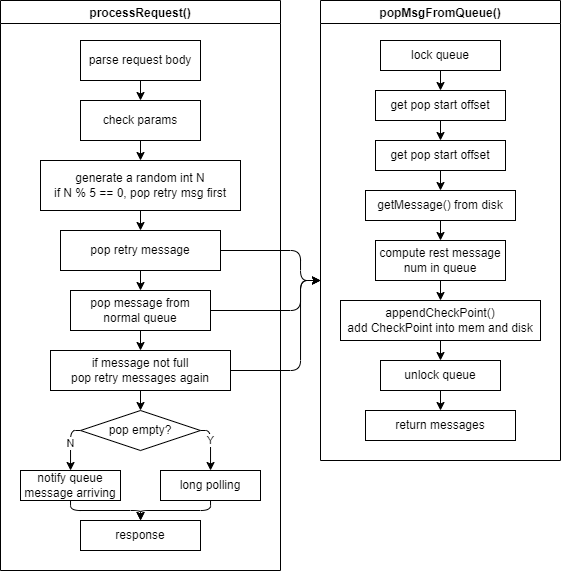
Above: assets/rocketmq-consume-message/broker-pop-message-process.drawio.png in HScarb/knowledge (draw.io), before the change. Source tidied: cells renumbered, new cells last; positions are measured from the earlier drawing's top-left corner, leaving out a move shared by most shapes.
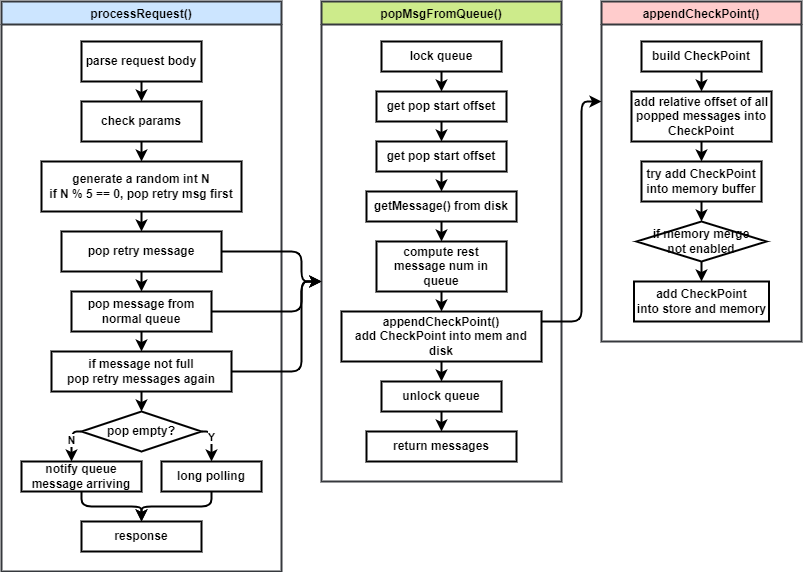
After the commit.

What changed in the source:
```diff
@@ -2,132 +2,132 @@
   <root>
     <mxCell id="0" />
     <mxCell id="1" parent="0" />
-    <mxCell id="2" value="processRequest()" style="swimlane;" parent="1" vertex="1">
+    <mxCell id="2" value="processRequest()" style="swimlane;fontStyle=1;strokeWidth=2;fillColor=#cce5ff;strokeColor=#36393d;" parent="1" vertex="1">
       <mxGeometry width="280" height="570" as="geometry" />
     </mxCell>
-    <mxCell id="3" style="edgeStyle=none;html=1;" parent="2" edge="1" source="4" target="6">
+    <mxCell id="3" style="edgeStyle=none;html=1;fontStyle=1;strokeWidth=2;" parent="2" edge="1" source="4" target="6">
       <mxGeometry relative="1" as="geometry" />
     </mxCell>
-    <mxCell id="4" value="parse request body" style="rounded=0;whiteSpace=wrap;html=1;" parent="2" vertex="1">
+    <mxCell id="4" value="parse request body" style="rounded=0;whiteSpace=wrap;html=1;fontStyle=1;strokeWidth=2;" parent="2" vertex="1">
       <mxGeometry x="80" y="40" width="120" height="40" as="geometry" />
     </mxCell>
-    <mxCell id="5" style="edgeStyle=none;html=1;" parent="2" edge="1" source="6" target="8">
+    <mxCell id="5" style="edgeStyle=none;html=1;fontStyle=1;strokeWidth=2;" parent="2" edge="1" source="6" target="8">
       <mxGeometry relative="1" as="geometry" />
     </mxCell>
-    <mxCell id="6" value="check params" style="rounded=0;whiteSpace=wrap;html=1;" parent="2" vertex="1">
+    <mxCell id="6" value="check params" style="rounded=0;whiteSpace=wrap;html=1;fontStyle=1;strokeWidth=2;" parent="2" vertex="1">
       <mxGeometry x="80" y="100" width="120" height="40" as="geometry" />
     </mxCell>
-    <mxCell id="7" style="edgeStyle=none;html=1;" parent="2" edge="1" source="8" target="10">
+    <mxCell id="7" style="edgeStyle=none;html=1;fontStyle=1;strokeWidth=2;" parent="2" edge="1" source="8" target="10">
       <mxGeometry relative="1" as="geometry" />
     </mxCell>
-    <mxCell id="8" value="generate a random int N&lt;br&gt;if N % 5 == 0, pop retry msg first" style="rounded=0;whiteSpace=wrap;html=1;" parent="2" vertex="1">
+    <mxCell id="8" value="generate a random int N&lt;br&gt;if N % 5 == 0, pop retry msg first" style="rounded=0;whiteSpace=wrap;html=1;fontStyle=1;strokeWidth=2;" parent="2" vertex="1">
       <mxGeometry x="40" y="160" width="200" height="50" as="geometry" />
     </mxCell>
-    <mxCell id="9" style="edgeStyle=none;html=1;" parent="2" edge="1" source="10" target="12">
+    <mxCell id="9" style="edgeStyle=none;html=1;fontStyle=1;strokeWidth=2;" parent="2" edge="1" source="10" target="12">
       <mxGeometry relative="1" as="geometry" />
     </mxCell>
-    <mxCell id="10" value="pop retry message" style="rounded=0;whiteSpace=wrap;html=1;" parent="2" vertex="1">
+    <mxCell id="10" value="pop retry message" style="rounded=0;whiteSpace=wrap;html=1;fontStyle=1;strokeWidth=2;" parent="2" vertex="1">
       <mxGeometry x="60" y="230" width="160" height="40" as="geometry" />
     </mxCell>
-    <mxCell id="11" style="edgeStyle=none;html=1;" parent="2" edge="1" source="12" target="14">
+    <mxCell id="11" style="edgeStyle=none;html=1;fontStyle=1;strokeWidth=2;" parent="2" edge="1" source="12" target="14">
       <mxGeometry relative="1" as="geometry" />
     </mxCell>
-    <mxCell id="12" value="pop message from&lt;br&gt;normal queue" style="rounded=0;whiteSpace=wrap;html=1;" parent="2" vertex="1">
+    <mxCell id="12" value="pop message from&lt;br&gt;normal queue" style="rounded=0;whiteSpace=wrap;html=1;fontStyle=1;strokeWidth=2;" parent="2" vertex="1">
       <mxGeometry x="70" y="290" width="140" height="40" as="geometry" />
     </mxCell>
-    <mxCell id="13" style="edgeStyle=none;html=1;" parent="2" edge="1" source="14" target="19">
+    <mxCell id="13" style="edgeStyle=none;html=1;fontStyle=1;strokeWidth=2;" parent="2" edge="1" source="14" target="19">
       <mxGeometry relative="1" as="geometry" />
     </mxCell>
-    <mxCell id="14" value="if message not full&lt;br&gt;pop retry messages again" style="rounded=0;whiteSpace=wrap;html=1;" parent="2" vertex="1">
+    <mxCell id="14" value="if message not full&lt;br&gt;pop retry messages again" style="rounded=0;whiteSpace=wrap;html=1;fontStyle=1;strokeWidth=2;" parent="2" vertex="1">
       <mxGeometry x="50" y="350" width="180" height="40" as="geometry" />
     </mxCell>
-    <mxCell id="15" style="edgeStyle=orthogonalEdgeStyle;html=1;" parent="2" edge="1" source="19" target="21">
+    <mxCell id="15" style="edgeStyle=orthogonalEdgeStyle;html=1;fontStyle=1;strokeWidth=2;" parent="2" edge="1" source="19" target="21">
       <mxGeometry relative="1" as="geometry">
         <Array as="points">
           <mxPoint x="210" y="430" />
         </Array>
       </mxGeometry>
     </mxCell>
-    <mxCell id="16" value="Y" style="edgeLabel;html=1;align=center;verticalAlign=middle;" parent="15" vertex="1">
+    <mxCell id="16" value="Y" style="edgeLabel;html=1;align=center;verticalAlign=middle;fontStyle=1;" parent="15" vertex="1">
       <mxGeometry x="-0.22" relative="1" as="geometry" />
     </mxCell>
-    <mxCell id="17" style="edgeStyle=orthogonalEdgeStyle;html=1;" parent="2" edge="1" source="19" target="23">
+    <mxCell id="17" style="edgeStyle=orthogonalEdgeStyle;html=1;fontStyle=1;strokeWidth=2;" parent="2" edge="1" source="19" target="23">
       <mxGeometry relative="1" as="geometry">
         <Array as="points">
           <mxPoint x="70" y="430" />
         </Array>
       </mxGeometry>
     </mxCell>
-    <mxCell id="18" value="N" style="edgeLabel;html=1;align=center;verticalAlign=middle;" parent="17" vertex="1">
+    <mxCell id="18" value="N" style="edgeLabel;html=1;align=center;verticalAlign=middle;fontStyle=1;" parent="17" vertex="1">
       <mxGeometry x="-0.09" relative="1" as="geometry" />
     </mxCell>
-    <mxCell id="19" value="pop empty?" style="rhombus;whiteSpace=wrap;html=1;" parent="2" vertex="1">
+    <mxCell id="19" value="pop empty?" style="rhombus;whiteSpace=wrap;html=1;fontStyle=1;strokeWidth=2;" parent="2" vertex="1">
       <mxGeometry x="80" y="410" width="120" height="40" as="geometry" />
     </mxCell>
-    <mxCell id="20" style="edgeStyle=orthogonalEdgeStyle;html=1;" parent="2" edge="1" source="21" target="24">
+    <mxCell id="20" style="edgeStyle=orthogonalEdgeStyle;html=1;fontStyle=1;strokeWidth=2;" parent="2" edge="1" source="21" target="24">
       <mxGeometry relative="1" as="geometry" />
     </mxCell>
-    <mxCell id="21" value="long polling" style="rounded=0;whiteSpace=wrap;html=1;" parent="2" vertex="1">
-      <mxGeometry x="160" y="470" width="100" height="30" as="geometry" />
+    <mxCell id="21" value="long polling" style="rounded=0;whiteSpace=wrap;html=1;fontStyle=1;strokeWidth=2;" parent="2" vertex="1">
+      <mxGeometry x="160" y="460" width="100" height="30" as="geometry" />
     </mxCell>
-    <mxCell id="22" style="edgeStyle=orthogonalEdgeStyle;html=1;" parent="2" edge="1" source="23" target="24">
+    <mxCell id="22" style="edgeStyle=orthogonalEdgeStyle;html=1;fontStyle=1;strokeWidth=2;" parent="2" edge="1" source="23" target="24">
       <mxGeometry relative="1" as="geometry" />
     </mxCell>
-    <mxCell id="23" value="notify queue message arriving" style="rounded=0;whiteSpace=wrap;html=1;" parent="2" vertex="1">
-      <mxGeometry x="20" y="470" width="100" height="30" as="geometry" />
+    <mxCell id="23" value="notify queue message arriving" style="rounded=0;whiteSpace=wrap;html=1;fontStyle=1;strokeWidth=2;" parent="2" vertex="1">
+      <mxGeometry x="20" y="460" width="120" height="30" as="geometry" />
     </mxCell>
-    <mxCell id="24" value="response" style="rounded=0;whiteSpace=wrap;html=1;" parent="2" vertex="1">
+    <mxCell id="24" value="response" style="rounded=0;whiteSpace=wrap;html=1;fontStyle=1;strokeWidth=2;" parent="2" vertex="1">
       <mxGeometry x="80" y="520" width="120" height="30" as="geometry" />
     </mxCell>
-    <mxCell id="25" value="popMsgFromQueue()" style="swimlane;" parent="1" vertex="1">
-      <mxGeometry x="320" width="240" height="460" as="geometry" />
+    <mxCell id="25" value="popMsgFromQueue()" style="swimlane;fontStyle=1;strokeWidth=2;fillColor=#cdeb8b;strokeColor=#36393d;" parent="1" vertex="1">
+      <mxGeometry x="320" width="240" height="480" as="geometry" />
     </mxCell>
-    <mxCell id="26" style="edgeStyle=none;html=1;" parent="25" edge="1" source="27" target="29">
+    <mxCell id="26" style="edgeStyle=none;html=1;fontStyle=1;strokeWidth=2;" parent="25" edge="1" source="27" target="29">
       <mxGeometry relative="1" as="geometry" />
     </mxCell>
-    <mxCell id="27" value="lock queue" style="rounded=0;whiteSpace=wrap;html=1;" parent="25" vertex="1">
+    <mxCell id="27" value="lock queue" style="rounded=0;whiteSpace=wrap;html=1;fontStyle=1;strokeWidth=2;" parent="25" vertex="1">
       <mxGeometry x="60" y="40" width="120" height="30" as="geometry" />
     </mxCell>
-    <mxCell id="28" style="edgeStyle=none;html=1;" parent="25" edge="1" source="29" target="31">
+    <mxCell id="28" style="edgeStyle=none;html=1;fontStyle=1;strokeWidth=2;" parent="25" edge="1" source="29" target="31">
       <mxGeometry relative="1" as="geometry" />
     </mxCell>
-    <mxCell id="29" value="get pop start offset" style="rounded=0;whiteSpace=wrap;html=1;" parent="25" vertex="1">
+    <mxCell id="29" value="get pop start offset" style="rounded=0;whiteSpace=wrap;html=1;fontStyle=1;strokeWidth=2;" parent="25" vertex="1">
       <mxGeometry x="55" y="90" width="130" height="30" as="geometry" />
     </mxCell>
-    <mxCell id="30" style="edgeStyle=none;html=1;" parent="25" edge="1" source="31" target="33">
+    <mxCell id="30" style="edgeStyle=none;html=1;fontStyle=1;strokeWidth=2;" parent="25" edge="1" source="31" target="33">
       <mxGeometry relative="1" as="geometry" />
     </mxCell>
-    <mxCell id="31" value="get pop start offset" style="rounded=0;whiteSpace=wrap;html=1;" parent="25" vertex="1">
+    <mxCell id="31" value="get pop start offset" style="rounded=0;whiteSpace=wrap;html=1;fontStyle=1;strokeWidth=2;" parent="25" vertex="1">
       <mxGeometry x="55" y="140" width="130" height="30" as="geometry" />
     </mxCell>
-    <mxCell id="32" style="edgeStyle=none;html=1;" parent="25" edge="1" source="33" target="35">
+    <mxCell id="32" style="edgeStyle=none;html=1;fontStyle=1;strokeWidth=2;" parent="25" edge="1" source="33" target="35">
       <mxGeometry relative="1" as="geometry" />
     </mxCell>
-    <mxCell id="33" value="getMessage() from disk" style="rounded=0;whiteSpace=wrap;html=1;" parent="25" vertex="1">
+    <mxCell id="33" value="getMessage() from disk" style="rounded=0;whiteSpace=wrap;html=1;fontStyle=1;strokeWidth=2;" parent="25" vertex="1">
       <mxGeometry x="45" y="190" width="150" height="30" as="geometry" />
     </mxCell>
-    <mxCell id="34" style="edgeStyle=none;html=1;" parent="25" edge="1" source="35" target="40">
+    <mxCell id="34" style="edgeStyle=none;html=1;fontStyle=1;strokeWidth=2;" parent="25" edge="1" source="35" target="40">
       <mxGeometry relative="1" as="geometry" />
     </mxCell>
-    <mxCell id="35" value="compute rest message num in queue" style="rounded=0;whiteSpace=wrap;html=1;" parent="25" vertex="1">
-      <mxGeometry x="55" y="240" width="130" height="40" as="geometry" />
+    <mxCell id="35" value="compute rest message num in queue" style="rounded=0;whiteSpace=wrap;html=1;fontStyle=1;strokeWidth=2;" parent="25" vertex="1">
+      <mxGeometry x="55" y="240" width="130" height="50" as="geometry" />
     </mxCell>
-    <mxCell id="36" style="edgeStyle=none;html=1;" parent="25" edge="1" source="37" target="38">
+    <mxCell id="36" style="edgeStyle=none;html=1;fontStyle=1;strokeWidth=2;" parent="25" edge="1" source="37" target="38">
       <mxGeometry relative="1" as="geometry" />
     </mxCell>
-    <mxCell id="37" value="unlock queue" style="rounded=0;whiteSpace=wrap;html=1;" parent="25" vertex="1">
-      <mxGeometry x="60" y="360" width="120" height="30" as="geometry" />
+    <mxCell id="37" value="unlock queue" style="rounded=0;whiteSpace=wrap;html=1;fontStyle=1;strokeWidth=2;" parent="25" vertex="1">
+      <mxGeometry x="60" y="380" width="120" height="30" as="geometry" />
     </mxCell>
-    <mxCell id="38" value="return messages" style="rounded=0;whiteSpace=wrap;html=1;" parent="25" vertex="1">
-      <mxGeometry x="45" y="410" width="150" height="30" as="geometry" />
+    <mxCell id="38" value="return messages" style="rounded=0;whiteSpace=wrap;html=1;fontStyle=1;strokeWidth=2;" parent="25" vertex="1">
+      <mxGeometry x="45" y="430" width="150" height="30" as="geometry" />
     </mxCell>
-    <mxCell id="39" style="edgeStyle=none;html=1;" parent="25" edge="1" source="40" target="37">
+    <mxCell id="39" style="edgeStyle=none;html=1;fontStyle=1;strokeWidth=2;" parent="25" edge="1" source="40" target="37">
       <mxGeometry relative="1" as="geometry" />
     </mxCell>
-    <mxCell id="40" value="appendCheckPoint()&lt;br&gt;add CheckPoint into mem and disk" style="rounded=0;whiteSpace=wrap;html=1;" parent="25" vertex="1">
-      <mxGeometry x="20" y="300" width="200" height="40" as="geometry" />
+    <mxCell id="40" value="appendCheckPoint()&lt;br&gt;add CheckPoint into mem and disk" style="rounded=0;whiteSpace=wrap;html=1;fontStyle=1;strokeWidth=2;" parent="25" vertex="1">
+      <mxGeometry x="20" y="310" width="200" height="50" as="geometry" />
     </mxCell>
-    <mxCell id="41" style="edgeStyle=orthogonalEdgeStyle;html=1;" parent="1" edge="1" source="12" target="25">
+    <mxCell id="41" style="edgeStyle=orthogonalEdgeStyle;html=1;fontStyle=1;strokeWidth=2;" parent="1" edge="1" source="12" target="25">
       <mxGeometry relative="1" as="geometry">
         <Array as="points">
           <mxPoint x="300" y="310" />
@@ -135,7 +135,7 @@
         </Array>
       </mxGeometry>
     </mxCell>
-    <mxCell id="42" style="edgeStyle=orthogonalEdgeStyle;html=1;" parent="1" edge="1" source="10" target="25">
+    <mxCell id="42" style="edgeStyle=orthogonalEdgeStyle;html=1;fontStyle=1;strokeWidth=2;" parent="1" edge="1" source="10" target="25">
       <mxGeometry relative="1" as="geometry">
         <Array as="points">
           <mxPoint x="300" y="250" />
@@ -143,7 +143,7 @@
         </Array>
       </mxGeometry>
     </mxCell>
-    <mxCell id="43" style="edgeStyle=orthogonalEdgeStyle;html=1;" parent="1" edge="1" source="14" target="25">
+    <mxCell id="43" style="edgeStyle=orthogonalEdgeStyle;html=1;fontStyle=1;strokeWidth=2;" parent="1" edge="1" source="14" target="25">
       <mxGeometry relative="1" as="geometry">
         <Array as="points">
           <mxPoint x="300" y="370" />
@@ -151,5 +151,43 @@
         </Array>
       </mxGeometry>
     </mxCell>
+    <mxCell id="44" value="appendCheckPoint()" style="swimlane;fontStyle=1;strokeWidth=2;fillColor=#ffcccc;strokeColor=#36393d;" parent="1" vertex="1">
+      <mxGeometry x="600" width="200" height="340" as="geometry" />
+    </mxCell>
+    <mxCell id="45" style="edgeStyle=orthogonalEdgeStyle;html=1;fontStyle=1;strokeWidth=2;" parent="44" edge="1" source="46" target="48">
+      <mxGeometry relative="1" as="geometry" />
+    </mxCell>
+    <mxCell id="46" value="build CheckPoint" style="rounded=0;whiteSpace=wrap;html=1;fontStyle=1;strokeWidth=2;" parent="44" vertex="1">
+      <mxGeometry x="40" y="40" width="120" height="30" as="geometry" />
+    </mxCell>
+    <mxCell id="47" style="edgeStyle=orthogonalEdgeStyle;html=1;fontStyle=1;strokeWidth=2;" parent="44" edge="1" source="48" target="50">
+      <mxGeometry relative="1" as="geometry" />
+    </mxCell>
+    <mxCell id="48" value="add relative offset of all popped messages into CheckPoint" style="rounded=0;whiteSpace=wrap;html=1;fontStyle=1;strokeWidth=2;" parent="44" vertex="1">
+      <mxGeometry x="30" y="90" width="140" height="50" as="geometry" />
+    </mxCell>
+    <mxCell id="49" style="edgeStyle=orthogonalEdgeStyle;html=1;fontStyle=1;strokeWidth=2;" parent="44" edge="1" source="50" target="52">
+      <mxGeometry relative="1" as="geometry" />
+    </mxCell>
+    <mxCell id="50" value="try add CheckPoint into memory buffer" style="rounded=0;whiteSpace=wrap;html=1;fontStyle=1;strokeWidth=2;" parent="44" vertex="1">
+      <mxGeometry x="40" y="160" width="120" height="40" as="geometry" />
+    </mxCell>
+    <mxCell id="51" style="edgeStyle=orthogonalEdgeStyle;html=1;fontStyle=1;strokeWidth=2;" parent="44" edge="1" source="52" target="53">
+      <mxGeometry relative="1" as="geometry" />
+    </mxCell>
+    <mxCell id="52" value="if memory merge&lt;br&gt;not enabled" style="rhombus;whiteSpace=wrap;html=1;fontStyle=1;strokeWidth=2;" parent="44" vertex="1">
+      <mxGeometry x="35" y="220" width="130" height="40" as="geometry" />
+    </mxCell>
+    <mxCell id="53" value="add CheckPoint&lt;br&gt;into store and memory" style="rounded=0;whiteSpace=wrap;html=1;fontStyle=1;strokeWidth=2;" parent="44" vertex="1">
+      <mxGeometry x="32.5" y="280" width="135" height="40" as="geometry" />
+    </mxCell>
+    <mxCell id="54" style="edgeStyle=orthogonalEdgeStyle;html=1;fontStyle=1;strokeWidth=2;" parent="1" edge="1" source="40" target="44">
+      <mxGeometry relative="1" as="geometry">
+        <Array as="points">
+          <mxPoint x="580" y="320" />
+          <mxPoint x="580" y="100" />
+        </Array>
+      </mxGeometry>
+    </mxCell>
   </root>
 </mxGraphModel>
```
